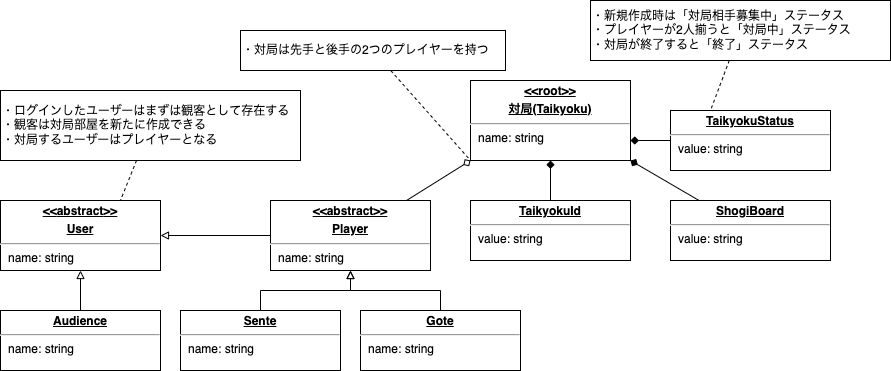
Earlier version of the draw.io export doc/ドメインモデル図.drawio.png (naohiro-kumagai/shogi). Source tidied: cells renumbered, new cells last; positions are measured from the earlier drawing's top-left corner, leaving out a move shared by most shapes.
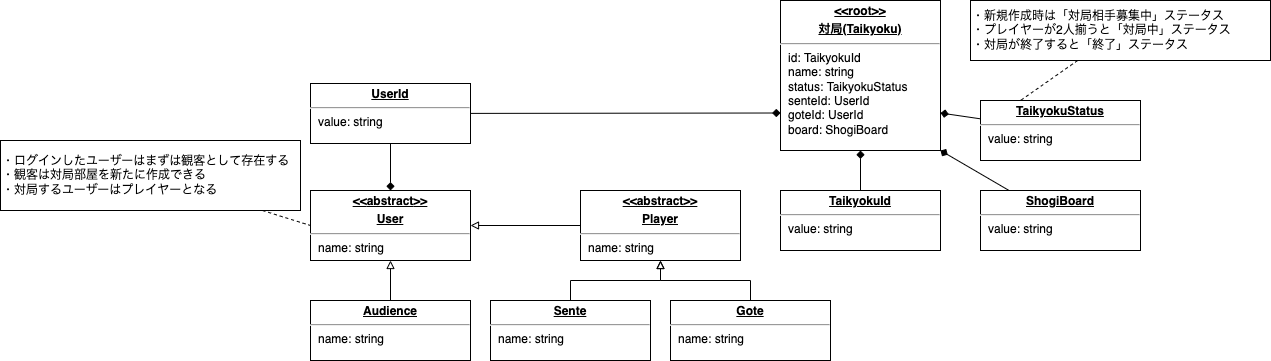
The same file after the commit.

Commit message:
モデル図変更 UserId追加

Diff of the diagram source:
```diff
@@ -2,8 +2,8 @@
   <root>
     <mxCell id="0" />
     <mxCell id="1" parent="0" />
-    <mxCell id="2" value="&lt;p style=&quot;margin:0px;margin-top:4px;text-align:center;text-decoration:underline;&quot;&gt;&lt;b&gt;&amp;lt;&amp;lt;root&amp;gt;&amp;gt;&lt;/b&gt;&lt;/p&gt;&lt;p style=&quot;margin:0px;margin-top:4px;text-align:center;text-decoration:underline;&quot;&gt;&lt;b&gt;対局(Taikyoku)&lt;/b&gt;&lt;/p&gt;&lt;hr&gt;&lt;p style=&quot;margin:0px;margin-left:8px;&quot;&gt;name: string&lt;/p&gt;" style="verticalAlign=top;align=left;overflow=fill;fontSize=12;fontFamily=Helvetica;html=1;" parent="1" vertex="1">
-      <mxGeometry x="470" y="80" width="160" height="80" as="geometry" />
+    <mxCell id="2" value="&lt;p style=&quot;margin:0px;margin-top:4px;text-align:center;text-decoration:underline;&quot;&gt;&lt;b&gt;&amp;lt;&amp;lt;root&amp;gt;&amp;gt;&lt;/b&gt;&lt;/p&gt;&lt;p style=&quot;margin:0px;margin-top:4px;text-align:center;text-decoration:underline;&quot;&gt;&lt;b&gt;対局(Taikyoku)&lt;/b&gt;&lt;/p&gt;&lt;hr&gt;&lt;p style=&quot;margin:0px;margin-left:8px;&quot;&gt;id: TaikyokuId&lt;/p&gt;&lt;p style=&quot;margin:0px;margin-left:8px;&quot;&gt;name: string&lt;/p&gt;&lt;p style=&quot;margin:0px;margin-left:8px;&quot;&gt;status: TaikyokuStatus&lt;/p&gt;&lt;p style=&quot;margin:0px;margin-left:8px;&quot;&gt;senteId: UserId&lt;/p&gt;&lt;p style=&quot;margin:0px;margin-left:8px;&quot;&gt;goteId: UserId&lt;/p&gt;&lt;p style=&quot;margin:0px;margin-left:8px;&quot;&gt;board: ShogiBoard&lt;/p&gt;" style="verticalAlign=top;align=left;overflow=fill;fontSize=12;fontFamily=Helvetica;html=1;" parent="1" vertex="1">
+      <mxGeometry x="470" y="10" width="160" height="150" as="geometry" />
     </mxCell>
     <mxCell id="3" style="edgeStyle=none;html=1;entryX=0.5;entryY=1;entryDx=0;entryDy=0;endArrow=diamond;endFill=1;" parent="1" edge="1" source="4" target="2">
       <mxGeometry relative="1" as="geometry" />
@@ -15,7 +15,7 @@
       <mxGeometry relative="1" as="geometry" />
     </mxCell>
     <mxCell id="6" value="・新規作成時は「対局相手募集中」ステータス&lt;br&gt;・プレイヤーが2人揃うと「対局中」ステータス&lt;br&gt;・対局が終了すると「終了」ステータス" style="rounded=0;whiteSpace=wrap;html=1;align=left;" parent="1" vertex="1">
-      <mxGeometry x="590" width="300" height="60" as="geometry" />
+      <mxGeometry x="660" y="10" width="300" height="60" as="geometry" />
     </mxCell>
     <mxCell id="7" style="edgeStyle=none;html=1;entryX=1;entryY=0.75;entryDx=0;entryDy=0;endArrow=diamond;endFill=1;" parent="1" edge="1" source="8" target="2">
       <mxGeometry relative="1" as="geometry" />
@@ -23,9 +23,6 @@
     <mxCell id="8" value="&lt;p style=&quot;margin:0px;margin-top:4px;text-align:center;text-decoration:underline;&quot;&gt;&lt;b&gt;TaikyokuStatus&lt;/b&gt;&lt;/p&gt;&lt;hr&gt;&lt;p style=&quot;margin:0px;margin-left:8px;&quot;&gt;value: string&lt;/p&gt;" style="verticalAlign=top;align=left;overflow=fill;fontSize=12;fontFamily=Helvetica;html=1;" parent="1" vertex="1">
       <mxGeometry x="670" y="110" width="160" height="60" as="geometry" />
     </mxCell>
-    <mxCell id="9" style="edgeStyle=none;html=1;entryX=0;entryY=1;entryDx=0;entryDy=0;endArrow=diamond;endFill=0;" parent="1" edge="1" source="11" target="2">
-      <mxGeometry relative="1" as="geometry" />
-    </mxCell>
     <mxCell id="10" style="edgeStyle=none;html=1;entryX=1;entryY=0.5;entryDx=0;entryDy=0;endArrow=block;endFill=0;" parent="1" edge="1" source="11" target="16">
       <mxGeometry relative="1" as="geometry" />
     </mxCell>
@@ -38,12 +35,9 @@
     <mxCell id="13" value="&lt;p style=&quot;margin:0px;margin-top:4px;text-align:center;text-decoration:underline;&quot;&gt;&lt;b&gt;ShogiBoard&lt;/b&gt;&lt;/p&gt;&lt;hr&gt;&lt;p style=&quot;margin:0px;margin-left:8px;&quot;&gt;value: string&lt;/p&gt;" style="verticalAlign=top;align=left;overflow=fill;fontSize=12;fontFamily=Helvetica;html=1;" parent="1" vertex="1">
       <mxGeometry x="670" y="200" width="160" height="60" as="geometry" />
     </mxCell>
-    <mxCell id="14" style="edgeStyle=none;html=1;entryX=0;entryY=1;entryDx=0;entryDy=0;dashed=1;endArrow=none;endFill=0;" parent="1" edge="1" source="15" target="2">
-      <mxGeometry relative="1" as="geometry" />
-    </mxCell>
-    <mxCell id="15" value="・対局は先手と後手の2つのプレイヤーを持つ" style="rounded=0;whiteSpace=wrap;html=1;align=left;" parent="1" vertex="1">
-      <mxGeometry x="240" y="30" width="265" height="40" as="geometry" />
-    </mxCell>
+    <mxCell id="25" style="edgeStyle=none;html=1;entryX=0.5;entryY=1;entryDx=0;entryDy=0;endArrow=none;endFill=0;startArrow=diamond;startFill=1;" parent="1" edge="1" source="16" target="27">
+      <mxGeometry relative="1" as="geometry" />
+    </mxCell>
     <mxCell id="16" value="&lt;p style=&quot;margin: 4px 0px 0px; text-align: center;&quot;&gt;&lt;b style=&quot;text-decoration-line: underline;&quot;&gt;&amp;lt;&amp;lt;&lt;/b&gt;&lt;b&gt;&lt;u&gt;abstract&lt;/u&gt;&lt;/b&gt;&lt;b style=&quot;text-decoration-line: underline;&quot;&gt;&amp;gt;&amp;gt;&lt;/b&gt;&lt;/p&gt;&lt;p style=&quot;margin:0px;margin-top:4px;text-align:center;text-decoration:underline;&quot;&gt;&lt;b&gt;User&lt;/b&gt;&lt;/p&gt;&lt;hr&gt;&lt;p style=&quot;margin:0px;margin-left:8px;&quot;&gt;name: string&lt;/p&gt;" style="verticalAlign=top;align=left;overflow=fill;fontSize=12;fontFamily=Helvetica;html=1;" parent="1" vertex="1">
       <mxGeometry y="200" width="160" height="70" as="geometry" />
     </mxCell>
@@ -67,11 +61,17 @@
     <mxCell id="22" value="&lt;p style=&quot;margin:0px;margin-top:4px;text-align:center;text-decoration:underline;&quot;&gt;&lt;b&gt;Audience&lt;/b&gt;&lt;/p&gt;&lt;hr&gt;&lt;p style=&quot;margin:0px;margin-left:8px;&quot;&gt;name: string&lt;/p&gt;" style="verticalAlign=top;align=left;overflow=fill;fontSize=12;fontFamily=Helvetica;html=1;" parent="1" vertex="1">
       <mxGeometry y="310" width="160" height="60" as="geometry" />
     </mxCell>
-    <mxCell id="23" style="rounded=0;html=1;entryX=0.75;entryY=0;entryDx=0;entryDy=0;endArrow=none;endFill=0;dashed=1;" parent="1" edge="1" source="24" target="16">
+    <mxCell id="23" style="rounded=0;html=1;entryX=0;entryY=0.5;entryDx=0;entryDy=0;endArrow=none;endFill=0;dashed=1;" parent="1" edge="1" source="24" target="16">
       <mxGeometry relative="1" as="geometry" />
     </mxCell>
     <mxCell id="24" value="・ログインしたユーザーはまずは観客として存在する&lt;br&gt;・観客は対局部屋を新たに作成できる&lt;br&gt;・対局するユーザーはプレイヤーとなる" style="rounded=0;whiteSpace=wrap;html=1;align=left;" parent="1" vertex="1">
-      <mxGeometry y="90" width="300" height="70" as="geometry" />
+      <mxGeometry x="-310" y="150" width="300" height="70" as="geometry" />
     </mxCell>
+    <mxCell id="26" style="edgeStyle=none;html=1;entryX=0;entryY=0.75;entryDx=0;entryDy=0;startArrow=none;startFill=0;endArrow=diamond;endFill=1;" parent="1" edge="1" source="27" target="2">
+      <mxGeometry relative="1" as="geometry" />
+    </mxCell>
+    <mxCell id="27" value="&lt;p style=&quot;margin:0px;margin-top:4px;text-align:center;text-decoration:underline;&quot;&gt;&lt;b&gt;UserId&lt;/b&gt;&lt;/p&gt;&lt;hr&gt;&lt;p style=&quot;margin:0px;margin-left:8px;&quot;&gt;value: string&lt;/p&gt;" style="verticalAlign=top;align=left;overflow=fill;fontSize=12;fontFamily=Helvetica;html=1;" parent="1" vertex="1">
+      <mxGeometry y="93" width="160" height="60" as="geometry" />
+    </mxCell>
   </root>
 </mxGraphModel>
```
